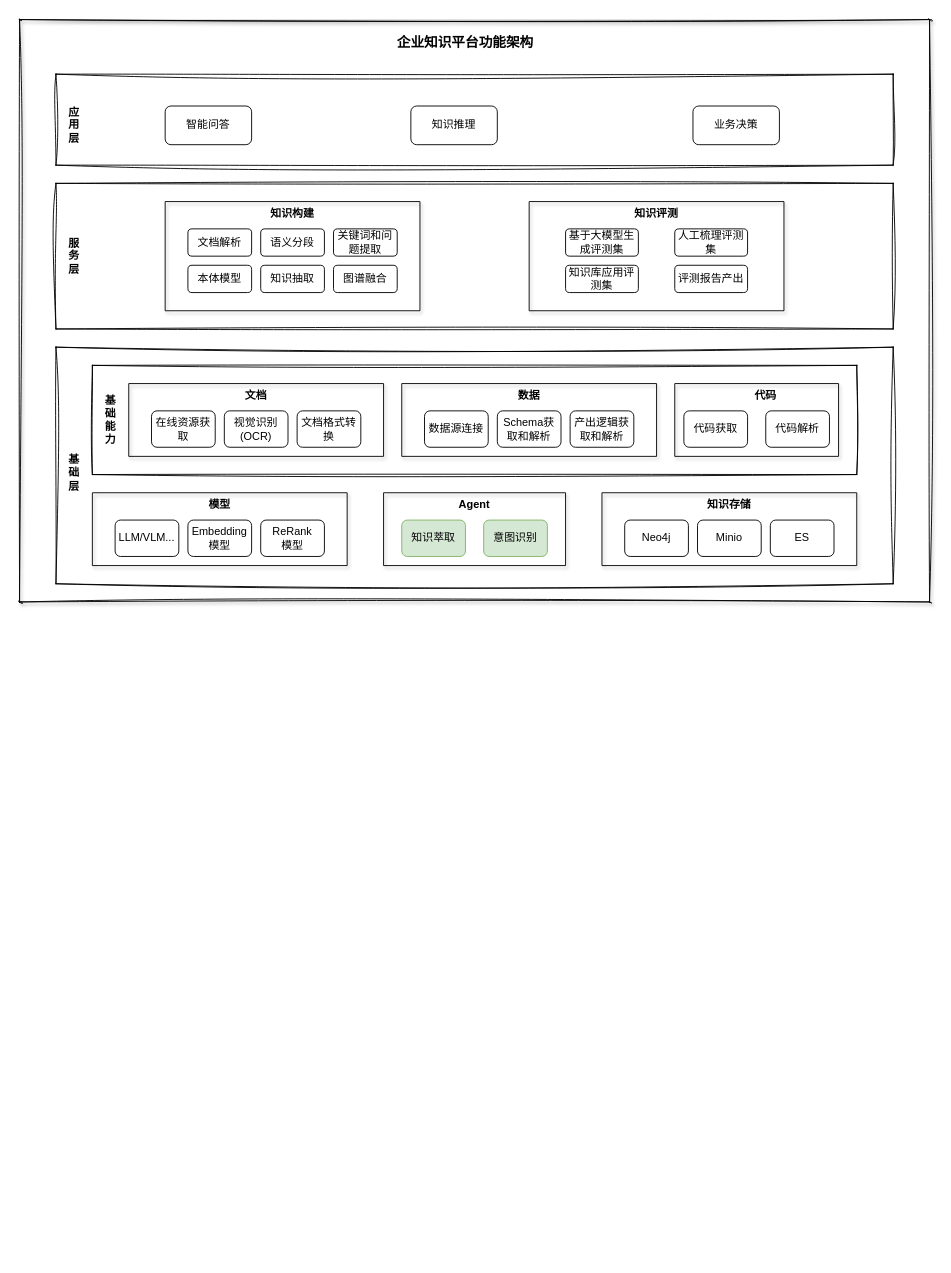
Above: page "平台整体设计" (1 of 2) of biz_flow/企业知识平台设计.drawio in hlld3344/diagrams (draw.io), before the change. Source tidied: cells renumbered, new cells numbered last; positions are measured from the earlier drawing's top-left corner, leaving out a move shared by most shapes. Both pictures are drawn from the tidied source at 91%, with x=0, y=0 at pixel (19, 19).
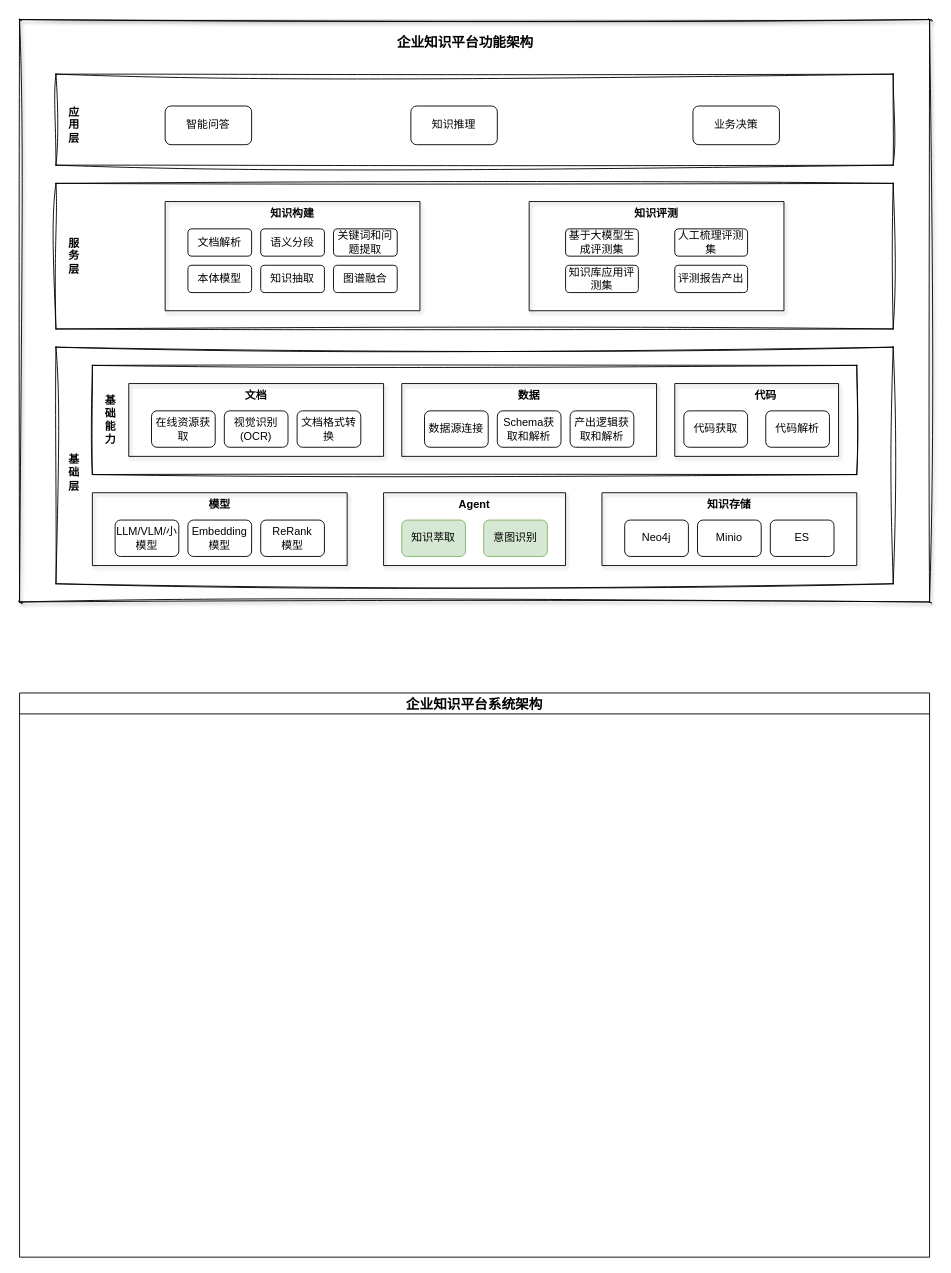
The same diagram, later.

Commit message:
更新企业知识平台设计.drawio

The change refers to these unchanged cells:
```xml
<mxCell id="4" style="swimlane;startSize=0;shadow=1;" parent="3" vertex="1">
  <mxGeometry x="40" y="160" width="280" height="80" as="geometry" />
</mxCell>
```

The edit, as a diff of the source:
```diff
@@
-    <mxCell id="5" value="LLM/VLM..." style="rounded=1;whiteSpace=wrap;html=1;" parent="4" vertex="1">
+    <mxCell id="5" value="LLM/VLM/小模型" style="rounded=1;whiteSpace=wrap;html=1;" parent="4" vertex="1">
       <mxGeometry x="25" y="30" width="70" height="40" as="geometry" />
     </mxCell>
@@
+    <mxCell id="57" value="&lt;font style=&quot;font-size: 15px;&quot;&gt;企业知识平台系统架构&lt;/font&gt;" style="swimlane;whiteSpace=wrap;html=1;" parent="1" vertex="1">
+      <mxGeometry y="740" width="1000" height="620" as="geometry" />
+    </mxCell>
```
